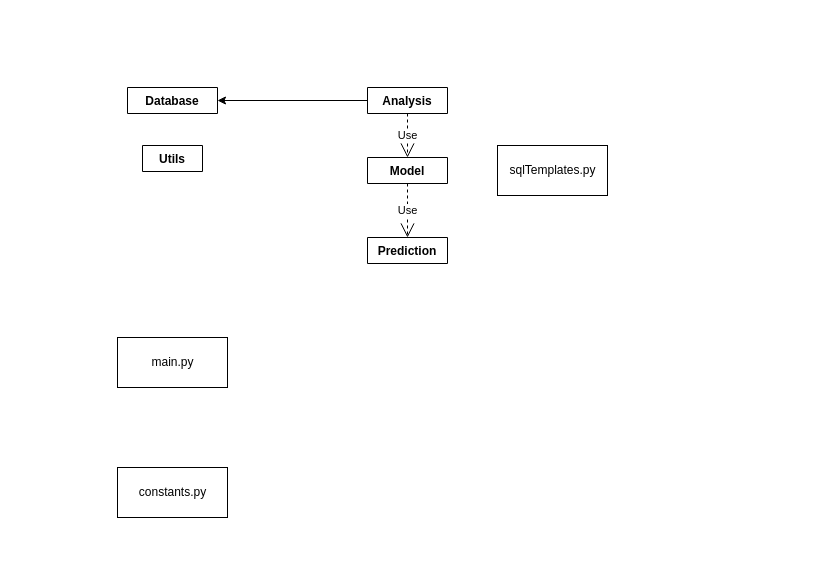
This is UML/NewArchitecture.drawio from becker-max/baa-structures, a draw.io file, before an edit. Source tidied: cells renumbered, new cells numbered last; positions are measured from the earlier drawing's top-left corner, leaving out a move shared by most shapes. Both pictures are drawn from the tidied source at 100%, with x=0, y=0 at pixel (117, 87).
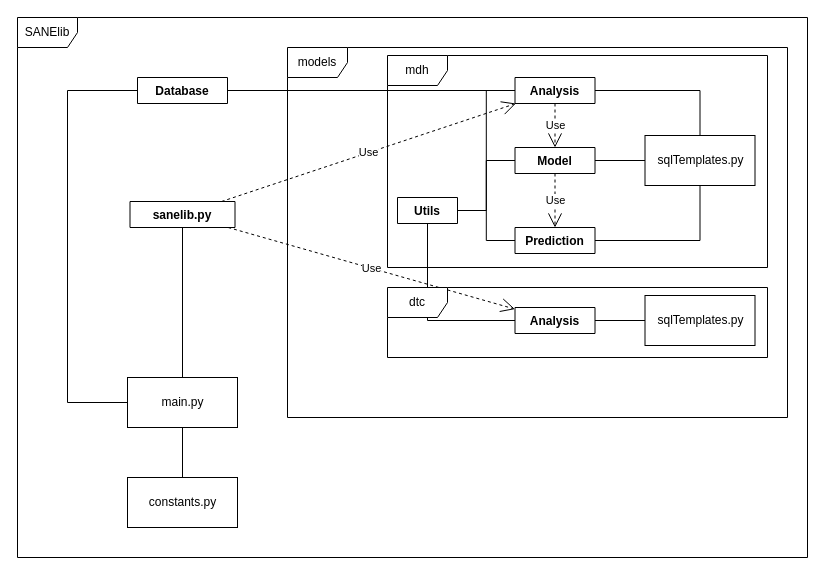
The same diagram, later.

The edit, as a diff of the source:
```diff
@@
-    <mxCell id="2" style="edgeStyle=orthogonalEdgeStyle;rounded=0;jettySize=auto;html=1;" parent="1" edge="1" source="4" target="3">
+    <mxCell id="2" style="edgeStyle=orthogonalEdgeStyle;rounded=0;jettySize=auto;html=1;endArrow=none;endFill=0;" parent="1" edge="1" source="4" target="3">
       <mxGeometry relative="1" as="geometry" />
     </mxCell>
+    <mxCell id="13" style="edgeStyle=orthogonalEdgeStyle;rounded=0;jettySize=auto;html=1;exitX=0;exitY=0.5;exitDx=0;exitDy=0;entryX=0;entryY=0.5;entryDx=0;entryDy=0;endArrow=none;endFill=0;" parent="1" edge="1" source="3" target="10">
+      <mxGeometry relative="1" as="geometry">
+        <Array as="points">
+          <mxPoint x="-50" y="3" />
+          <mxPoint x="-50" y="315" />
+        </Array>
+      </mxGeometry>
+    </mxCell>
     <mxCell id="3" value="Database" style="swimlane;fontStyle=1;align=center;verticalAlign=top;horizontal=1;startSize=26;direction=east;" parent="1" vertex="1" collapsed="1">
-      <mxGeometry x="10" width="90" height="26" as="geometry" />
+      <mxGeometry x="20" y="-10" width="90" height="26" as="geometry" />
     </mxCell>
+    <mxCell id="14" style="edgeStyle=orthogonalEdgeStyle;rounded=0;jettySize=auto;html=1;exitX=1;exitY=0.5;exitDx=0;exitDy=0;endArrow=none;endFill=0;" parent="1" edge="1" source="4" target="11">
+      <mxGeometry relative="1" as="geometry" />
+    </mxCell>
     <mxCell id="4" value="Analysis" style="swimlane;fontStyle=1;align=center;verticalAlign=top;horizontal=1;startSize=26;direction=east;" parent="1" vertex="1" collapsed="1">
-      <mxGeometry x="250" width="80" height="26" as="geometry" />
+      <mxGeometry x="397.5" y="-10" width="80" height="26" as="geometry" />
     </mxCell>
+    <mxCell id="15" style="edgeStyle=orthogonalEdgeStyle;rounded=0;jettySize=auto;html=1;exitX=1;exitY=0.5;exitDx=0;exitDy=0;endArrow=none;endFill=0;" parent="1" edge="1" source="5" target="11">
+      <mxGeometry relative="1" as="geometry" />
+    </mxCell>
     <mxCell id="5" value="Model" style="swimlane;fontStyle=1;align=center;verticalAlign=top;horizontal=1;startSize=26;direction=east;" parent="1" vertex="1" collapsed="1">
-      <mxGeometry x="250" y="70" width="80" height="26" as="geometry" />
+      <mxGeometry x="397.5" y="60" width="80" height="26" as="geometry" />
     </mxCell>
+    <mxCell id="16" style="edgeStyle=orthogonalEdgeStyle;rounded=0;jettySize=auto;html=1;exitX=1;exitY=0.5;exitDx=0;exitDy=0;endArrow=none;endFill=0;" parent="1" edge="1" source="6" target="11">
+      <mxGeometry relative="1" as="geometry" />
+    </mxCell>
     <mxCell id="6" value="Prediction" style="swimlane;fontStyle=1;align=center;verticalAlign=top;horizontal=1;startSize=26;direction=east;" parent="1" vertex="1" collapsed="1">
-      <mxGeometry x="250" y="150" width="80" height="26" as="geometry" />
+      <mxGeometry x="397.5" y="140" width="80" height="26" as="geometry" />
     </mxCell>
@@
+    <mxCell id="17" style="edgeStyle=orthogonalEdgeStyle;rounded=0;jettySize=auto;html=1;exitX=1;exitY=0.5;exitDx=0;exitDy=0;entryX=0;entryY=0.5;entryDx=0;entryDy=0;endArrow=none;endFill=0;" parent="1" edge="1" source="9" target="4">
+      <mxGeometry relative="1" as="geometry" />
+    </mxCell>
+    <mxCell id="18" style="edgeStyle=orthogonalEdgeStyle;rounded=0;jettySize=auto;html=1;exitX=1;exitY=0.5;exitDx=0;exitDy=0;entryX=0;entryY=0.5;entryDx=0;entryDy=0;endArrow=none;endFill=0;" parent="1" edge="1" source="9" target="5">
+      <mxGeometry relative="1" as="geometry" />
+    </mxCell>
+    <mxCell id="19" style="edgeStyle=orthogonalEdgeStyle;rounded=0;jettySize=auto;html=1;exitX=0.5;exitY=1;exitDx=0;exitDy=0;entryX=0;entryY=0.5;entryDx=0;entryDy=0;endArrow=none;endFill=0;" parent="1" edge="1" source="9" target="26">
+      <mxGeometry relative="1" as="geometry" />
+    </mxCell>
+    <mxCell id="20" style="edgeStyle=orthogonalEdgeStyle;rounded=0;jettySize=auto;html=1;exitX=1;exitY=0.5;exitDx=0;exitDy=0;entryX=0;entryY=0.5;entryDx=0;entryDy=0;endArrow=none;endFill=0;" parent="1" edge="1" source="9" target="6">
+      <mxGeometry relative="1" as="geometry" />
+    </mxCell>
     <mxCell id="9" value="Utils" style="swimlane;fontStyle=1;align=center;verticalAlign=top;horizontal=1;startSize=26;" parent="1" vertex="1" collapsed="1">
-      <mxGeometry x="25" y="58" width="60" height="26" as="geometry" />
+      <mxGeometry x="280" y="110" width="60" height="26" as="geometry" />
     </mxCell>
     <mxCell id="10" value="main.py" style="html=1;" parent="1" vertex="1">
-      <mxGeometry y="250" width="110" height="50" as="geometry" />
+      <mxGeometry x="10" y="290" width="110" height="50" as="geometry" />
     </mxCell>
     <mxCell id="11" value="sqlTemplates.py" style="html=1;" parent="1" vertex="1">
-      <mxGeometry x="380" y="58" width="110" height="50" as="geometry" />
+      <mxGeometry x="527.5" y="48" width="110" height="50" as="geometry" />
     </mxCell>
+    <mxCell id="21" style="edgeStyle=orthogonalEdgeStyle;rounded=0;jettySize=auto;html=1;exitX=0.5;exitY=0;exitDx=0;exitDy=0;endArrow=none;endFill=0;" parent="1" edge="1" source="12" target="10">
+      <mxGeometry relative="1" as="geometry" />
+    </mxCell>
     <mxCell id="12" value="constants.py" style="html=1;" parent="1" vertex="1">
-      <mxGeometry y="380" width="110" height="50" as="geometry" />
+      <mxGeometry x="10" y="390" width="110" height="50" as="geometry" />
     </mxCell>
+    <mxCell id="22" style="edgeStyle=orthogonalEdgeStyle;rounded=0;jettySize=auto;html=1;exitX=0.5;exitY=1;exitDx=0;exitDy=0;entryX=0.5;entryY=0;entryDx=0;entryDy=0;endArrow=none;endFill=0;" parent="1" edge="1" source="23" target="10">
+      <mxGeometry relative="1" as="geometry" />
+    </mxCell>
+    <mxCell id="23" value="sanelib.py" style="swimlane;fontStyle=1;align=center;verticalAlign=top;horizontal=1;startSize=26;direction=east;" parent="1" vertex="1" collapsed="1">
+      <mxGeometry x="12.5" y="114" width="105" height="26" as="geometry" />
+    </mxCell>
+    <mxCell id="24" value="Use" style="endArrow=open;endSize=12;dashed=1;html=1;" parent="1" edge="1" source="23" target="4">
+      <mxGeometry relative="1" as="geometry" />
+    </mxCell>
+    <mxCell id="25" style="edgeStyle=orthogonalEdgeStyle;rounded=0;jettySize=auto;html=1;exitX=1;exitY=0.5;exitDx=0;exitDy=0;endArrow=none;endFill=0;" parent="1" edge="1" source="26" target="27">
+      <mxGeometry relative="1" as="geometry" />
+    </mxCell>
+    <mxCell id="26" value="Analysis" style="swimlane;fontStyle=1;align=center;verticalAlign=top;horizontal=1;startSize=26;direction=east;" parent="1" vertex="1" collapsed="1">
+      <mxGeometry x="397.5" y="220" width="80" height="26" as="geometry" />
+    </mxCell>
+    <mxCell id="27" value="sqlTemplates.py" style="html=1;" parent="1" vertex="1">
+      <mxGeometry x="527.5" y="208" width="110" height="50" as="geometry" />
+    </mxCell>
+    <mxCell id="28" value="Use" style="endArrow=open;endSize=12;dashed=1;html=1;" parent="1" edge="1" source="23" target="26">
+      <mxGeometry relative="1" as="geometry" />
+    </mxCell>
+    <mxCell id="29" value="SANElib" style="shape=umlFrame;whiteSpace=wrap;html=1;" parent="1" vertex="1">
+      <mxGeometry x="-100" y="-70" width="790" height="540" as="geometry" />
+    </mxCell>
+    <mxCell id="30" value="models" style="shape=umlFrame;whiteSpace=wrap;html=1;" parent="1" vertex="1">
+      <mxGeometry x="170" y="-40" width="500" height="370" as="geometry" />
+    </mxCell>
+    <mxCell id="31" value="mdh" style="shape=umlFrame;whiteSpace=wrap;html=1;" parent="1" vertex="1">
+      <mxGeometry x="270" y="-32" width="380" height="212" as="geometry" />
+    </mxCell>
+    <mxCell id="32" value="dtc" style="shape=umlFrame;whiteSpace=wrap;html=1;" parent="1" vertex="1">
+      <mxGeometry x="270" y="200" width="380" height="70" as="geometry" />
+    </mxCell>
```
